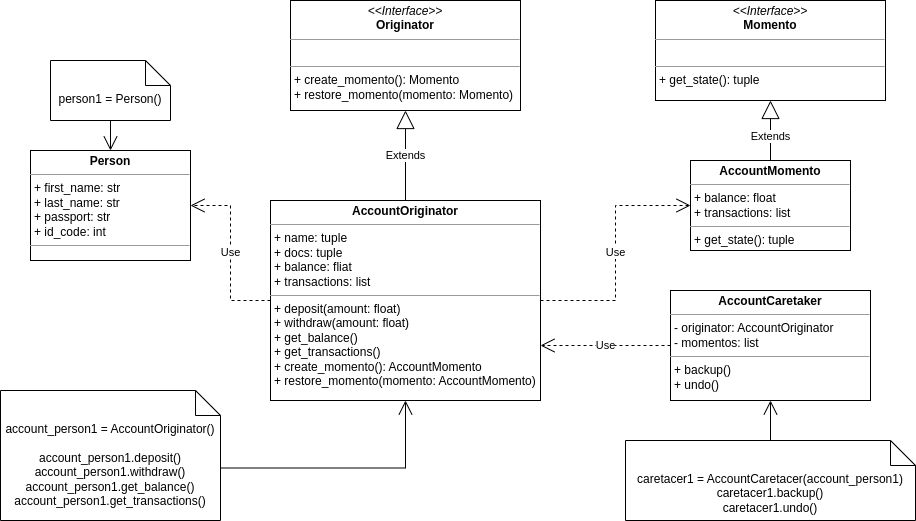
This is BehavioralPatterns/UMLdiagramsClass/momento.drawio.png from VitaliyKuzhil/PythonPatternsProject, a draw.io export, as it was before one commit. Source tidied: cells renumbered, new cells last; positions are measured from the earlier drawing's top-left corner, leaving out a move shared by most shapes.
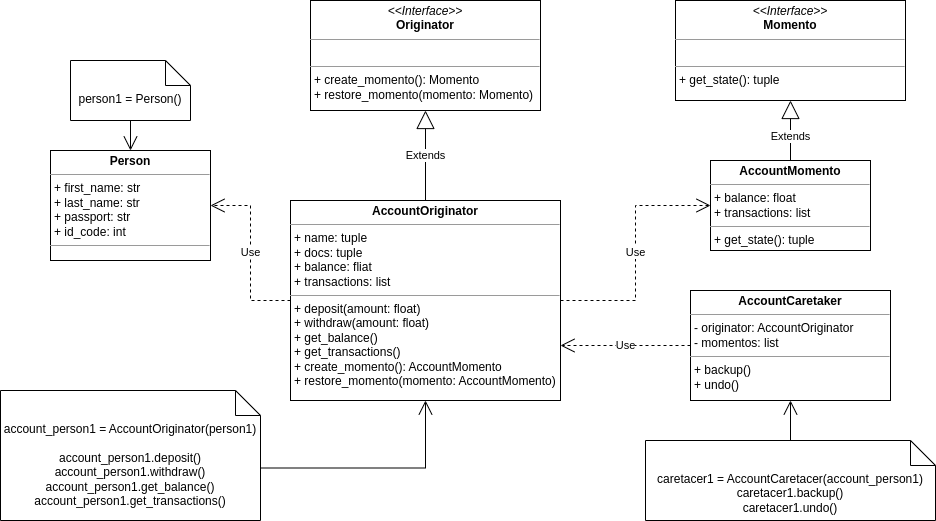
The same diagram one commit later.

Commit message:
Minor fix in UMLdiagram for patern Momento

What changed in the source:
```diff
@@ -43,10 +43,10 @@
     <mxCell id="14" style="endArrow=open;endFill=1;endSize=12;html=1;rounded=0;exitX=0.5;exitY=1;exitDx=0;exitDy=0;exitPerimeter=0;entryX=0.5;entryY=0;entryDx=0;entryDy=0;" parent="1" edge="1" source="13" target="7">
       <mxGeometry relative="1" as="geometry" />
     </mxCell>
-    <mxCell id="15" value="account_person1 = AccountOriginator()&lt;br&gt;&lt;br&gt;account_person1.deposit()&lt;br&gt;account_person1.withdraw()&lt;br&gt;account_person1.get_balance()&lt;br&gt;account_person1.get_transactions()" style="shape=note2;boundedLbl=1;whiteSpace=wrap;html=1;size=25;verticalAlign=top;align=center;" parent="1" vertex="1">
-      <mxGeometry y="390" width="220" height="130" as="geometry" />
+    <mxCell id="15" value="account_person1 = AccountOriginator(person1)&lt;br&gt;&lt;br&gt;account_person1.deposit()&lt;br&gt;account_person1.withdraw()&lt;br&gt;account_person1.get_balance()&lt;br&gt;account_person1.get_transactions()" style="shape=note2;boundedLbl=1;whiteSpace=wrap;html=1;size=25;verticalAlign=top;align=center;" parent="1" vertex="1">
+      <mxGeometry x="-20" y="390" width="260" height="130" as="geometry" />
     </mxCell>
-    <mxCell id="16" style="endArrow=open;endFill=1;endSize=12;html=1;rounded=0;exitX=0;exitY=0;exitDx=220;exitDy=77.5;exitPerimeter=0;entryX=0.5;entryY=1;entryDx=0;entryDy=0;edgeStyle=orthogonalEdgeStyle;" parent="1" edge="1" source="15" target="4">
+    <mxCell id="16" style="endArrow=open;endFill=1;endSize=12;html=1;rounded=0;entryX=0.5;entryY=1;entryDx=0;entryDy=0;edgeStyle=orthogonalEdgeStyle;exitX=0;exitY=0;exitDx=260;exitDy=77.5;exitPerimeter=0;" parent="1" edge="1" source="15" target="4">
       <mxGeometry relative="1" as="geometry" />
     </mxCell>
     <mxCell id="17" value="caretacer1 = AccountCaretacer(account_person1)&lt;br&gt;caretacer1.backup()&lt;br&gt;caretacer1.undo()" style="shape=note2;boundedLbl=1;whiteSpace=wrap;html=1;size=25;verticalAlign=top;align=center;" parent="1" vertex="1">
```
